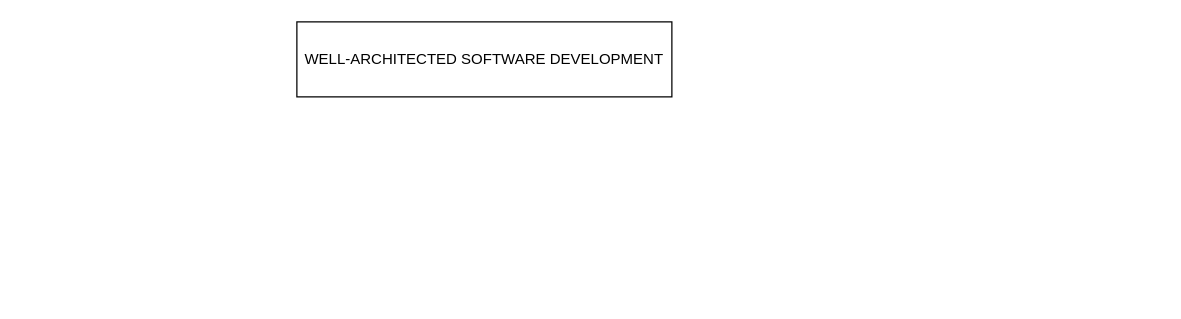
Before: Untitled Diagram.drawio in saurabhfasate/aws-mindmap, a draw.io diagram. Source tidied: cells renumbered, new cells numbered last; positions are measured from the earlier drawing's top-left corner, leaving out a move shared by most shapes. Both pictures are drawn from the tidied source at 125%, with x=0, y=0 at pixel (296, 21).
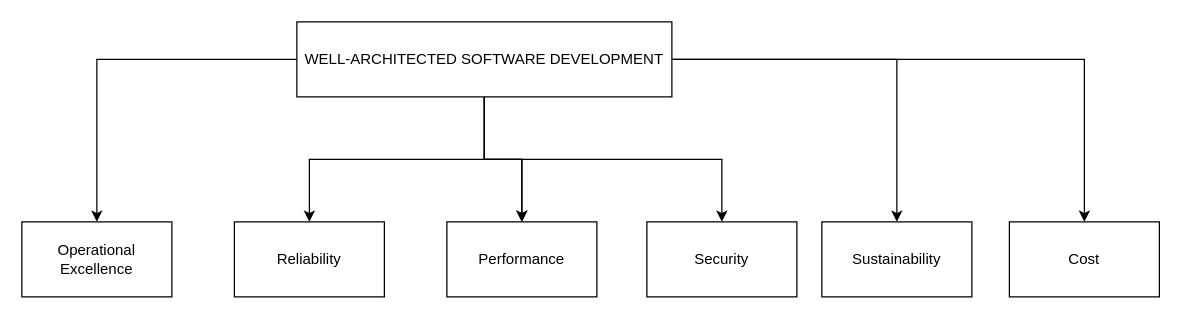
The same diagram, later.

Commit message:
AWS Cloud MindMap.drawio

Diff of the diagram source:
```diff
@@
 <mxGraphModel>
   <root>
     <mxCell id="0" />
     <mxCell id="1" parent="0" />
+    <mxCell id="3" style="edgeStyle=orthogonalEdgeStyle;rounded=0;jettySize=auto;html=1;" parent="1" edge="1" source="2" target="10">
+      <mxGeometry relative="1" as="geometry" />
+    </mxCell>
+    <mxCell id="4" style="edgeStyle=orthogonalEdgeStyle;rounded=0;jettySize=auto;html=1;" parent="1" edge="1" source="2" target="11">
+      <mxGeometry relative="1" as="geometry" />
+    </mxCell>
+    <mxCell id="5" style="edgeStyle=orthogonalEdgeStyle;rounded=0;jettySize=auto;html=1;" parent="1" edge="1" source="2" target="12">
+      <mxGeometry relative="1" as="geometry" />
+    </mxCell>
+    <mxCell id="6" style="edgeStyle=orthogonalEdgeStyle;rounded=0;jettySize=auto;html=1;" parent="1" edge="1" source="2" target="12">
+      <mxGeometry relative="1" as="geometry" />
+    </mxCell>
+    <mxCell id="7" style="edgeStyle=orthogonalEdgeStyle;rounded=0;jettySize=auto;html=1;" parent="1" edge="1" source="2" target="13">
+      <mxGeometry relative="1" as="geometry" />
+    </mxCell>
+    <mxCell id="8" style="edgeStyle=orthogonalEdgeStyle;rounded=0;jettySize=auto;html=1;" parent="1" edge="1" source="2" target="14">
+      <mxGeometry relative="1" as="geometry" />
+    </mxCell>
+    <mxCell id="9" style="edgeStyle=orthogonalEdgeStyle;rounded=0;jettySize=auto;html=1;" parent="1" edge="1" source="2" target="15">
+      <mxGeometry relative="1" as="geometry" />
+    </mxCell>
     <mxCell id="2" value="WELL-ARCHITECTED SOFTWARE DEVELOPMENT" style="rounded=0;whiteSpace=wrap;html=1;" parent="1" vertex="1">
       <mxGeometry width="300" height="60" as="geometry" />
     </mxCell>
+    <mxCell id="10" value="Operational Excellence" style="whiteSpace=wrap;html=1;rounded=0;" parent="1" vertex="1">
+      <mxGeometry x="-220" y="160" width="120" height="60" as="geometry" />
+    </mxCell>
+    <mxCell id="11" value="Reliability" style="whiteSpace=wrap;html=1;rounded=0;" parent="1" vertex="1">
+      <mxGeometry x="-50" y="160" width="120" height="60" as="geometry" />
+    </mxCell>
+    <mxCell id="12" value="Performance" style="whiteSpace=wrap;html=1;rounded=0;" parent="1" vertex="1">
+      <mxGeometry x="120" y="160" width="120" height="60" as="geometry" />
+    </mxCell>
+    <mxCell id="13" value="Security" style="whiteSpace=wrap;html=1;rounded=0;" parent="1" vertex="1">
+      <mxGeometry x="280" y="160" width="120" height="60" as="geometry" />
+    </mxCell>
+    <mxCell id="14" value="Sustainability" style="whiteSpace=wrap;html=1;rounded=0;" parent="1" vertex="1">
+      <mxGeometry x="420" y="160" width="120" height="60" as="geometry" />
+    </mxCell>
+    <mxCell id="15" value="Cost" style="whiteSpace=wrap;html=1;rounded=0;" parent="1" vertex="1">
+      <mxGeometry x="570" y="160" width="120" height="60" as="geometry" />
+    </mxCell>
   </root>
 </mxGraphModel>
```
